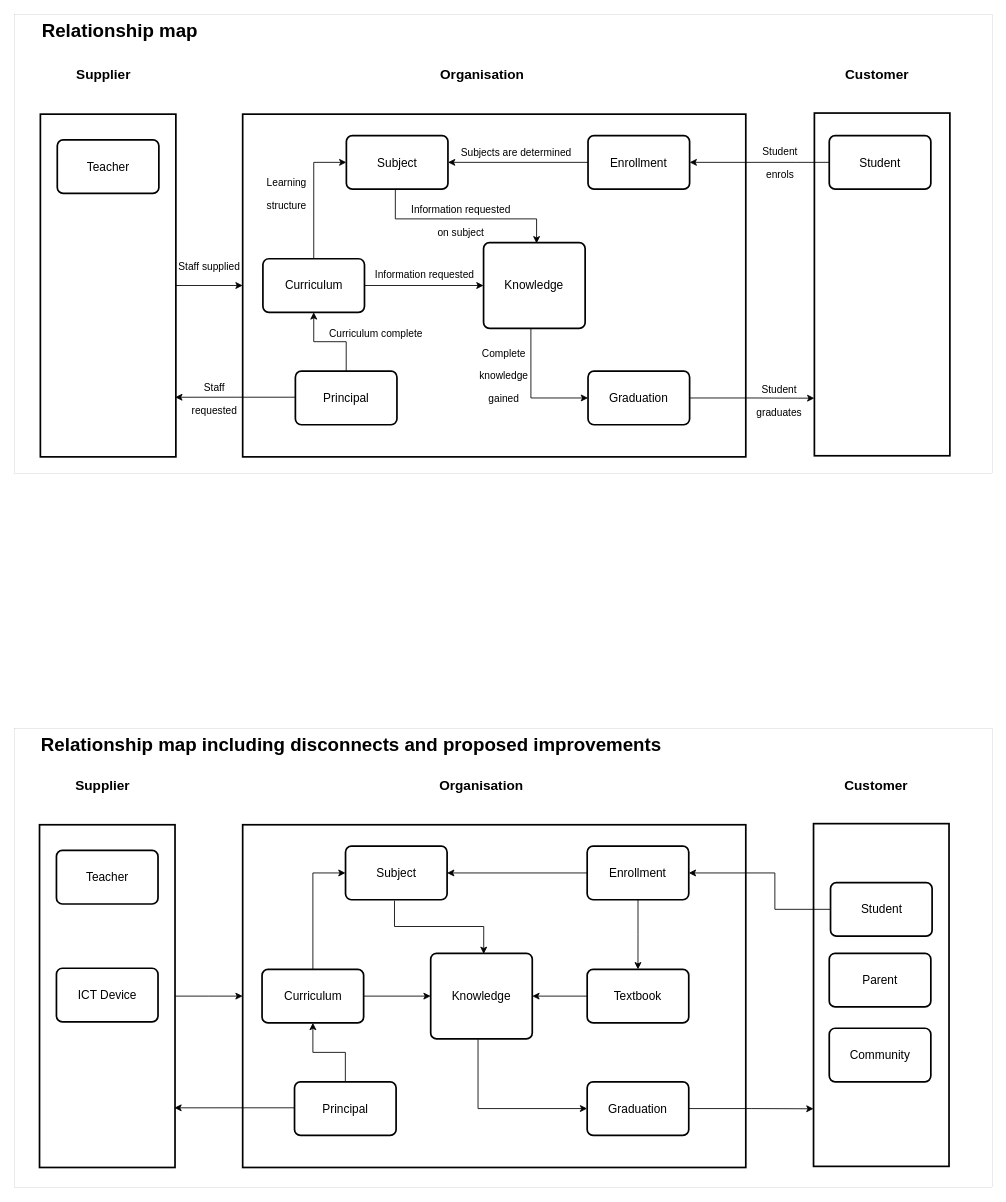
Earlier version of the draw.io diagram page "Relationship_Map" (1 of 4) of All_Maps_A1.drawio (SRMITGit/diagrams). Source tidied: cells renumbered, new cells numbered last; positions are measured from the earlier drawing's top-left corner, leaving out a move shared by most shapes. Both pictures are drawn from the tidied source at 85%, with x=0, y=0 at pixel (14, 14).
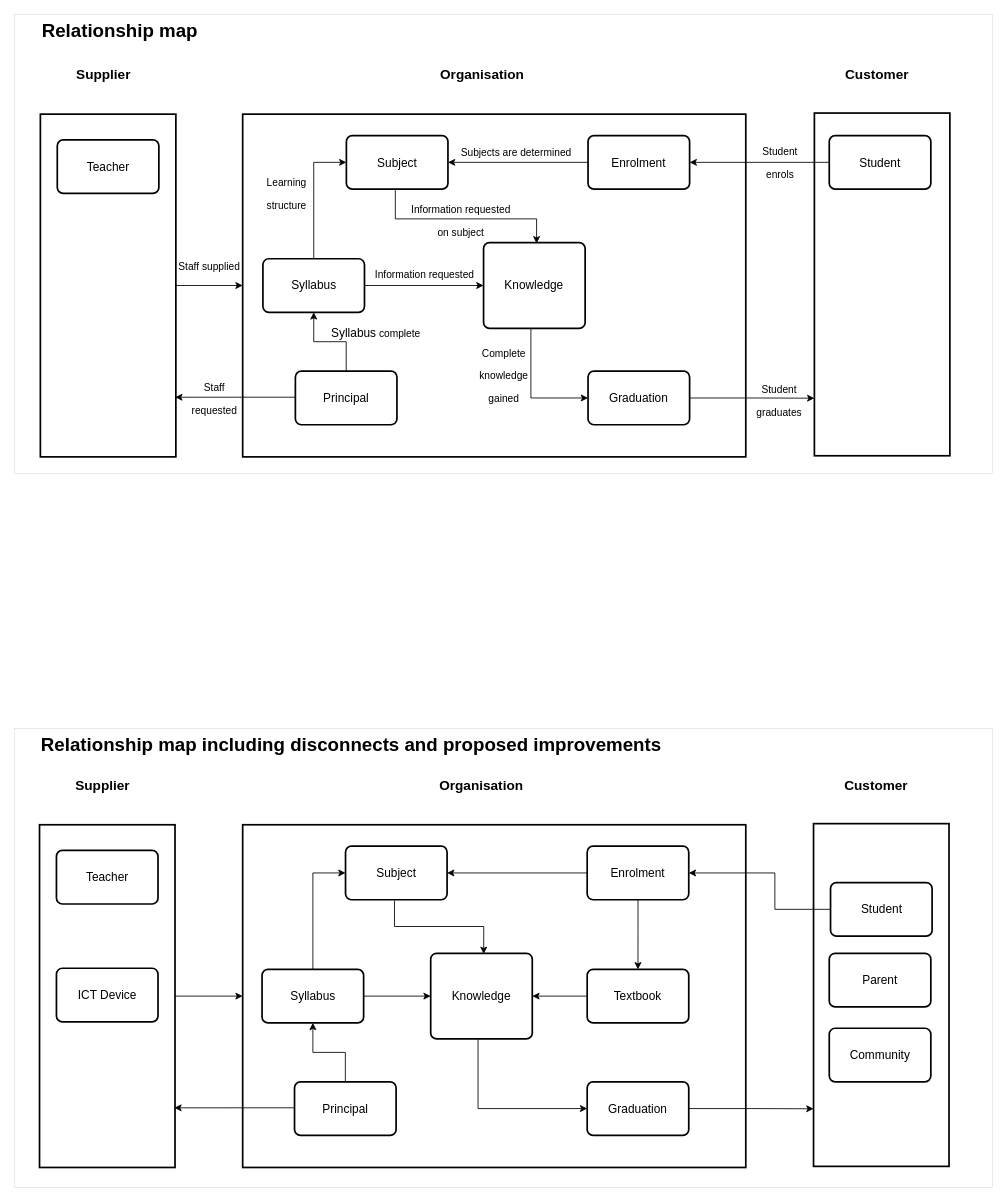
The same diagram, later.

Change to the diagram source:
```diff
@@
-    <mxCell id="13" value="&lt;font style=&quot;font-size: 14px&quot;&gt;Enrollment&lt;/font&gt;" style="rounded=1;whiteSpace=wrap;html=1;absoluteArcSize=1;arcSize=14;strokeWidth=2;" parent="1" vertex="1">
+    <mxCell id="13" value="&lt;font style=&quot;font-size: 14px&quot;&gt;Enrolment&lt;/font&gt;" style="rounded=1;whiteSpace=wrap;html=1;absoluteArcSize=1;arcSize=14;strokeWidth=2;" parent="1" vertex="1">
       <mxGeometry x="674.3" y="142" width="119.5" height="63" as="geometry" />
     </mxCell>
@@
-    <mxCell id="24" value="&lt;span style=&quot;background-color: rgb(255 , 255 , 255)&quot;&gt;&lt;font style=&quot;font-size: 14px&quot;&gt;Curriculum&lt;/font&gt;&lt;/span&gt;" style="rounded=1;whiteSpace=wrap;html=1;absoluteArcSize=1;arcSize=14;strokeWidth=2;" parent="1" vertex="1">
+    <mxCell id="24" value="&lt;span style=&quot;font-size: 14px ; background-color: rgb(255 , 255 , 255)&quot;&gt;Syllabus&lt;/span&gt;" style="rounded=1;whiteSpace=wrap;html=1;absoluteArcSize=1;arcSize=14;strokeWidth=2;" parent="1" vertex="1">
       <mxGeometry x="291.8" y="286.9" width="119.5" height="63" as="geometry" />
     </mxCell>
@@
-    <mxCell id="38" value="&lt;font style=&quot;font-size: 14px&quot;&gt;Enrollment&lt;/font&gt;" style="rounded=1;whiteSpace=wrap;html=1;absoluteArcSize=1;arcSize=14;strokeWidth=2;" parent="1" vertex="1">
+    <mxCell id="38" value="&lt;font style=&quot;font-size: 14px&quot;&gt;Enrolment&lt;/font&gt;" style="rounded=1;whiteSpace=wrap;html=1;absoluteArcSize=1;arcSize=14;strokeWidth=2;" parent="1" vertex="1">
       <mxGeometry x="673.3" y="978" width="119.5" height="63" as="geometry" />
     </mxCell>
@@
-    <mxCell id="52" value="&lt;span style=&quot;background-color: rgb(255 , 255 , 255)&quot;&gt;&lt;font style=&quot;font-size: 14px&quot;&gt;Curriculum&lt;/font&gt;&lt;/span&gt;" style="rounded=1;whiteSpace=wrap;html=1;absoluteArcSize=1;arcSize=14;strokeWidth=2;" parent="1" vertex="1">
+    <mxCell id="52" value="&lt;span style=&quot;background-color: rgb(255 , 255 , 255)&quot;&gt;&lt;font style=&quot;font-size: 14px&quot;&gt;Syllabus&lt;/font&gt;&lt;/span&gt;" style="rounded=1;whiteSpace=wrap;html=1;absoluteArcSize=1;arcSize=14;strokeWidth=2;" parent="1" vertex="1">
       <mxGeometry x="290.8" y="1122.9" width="119.5" height="63" as="geometry" />
     </mxCell>
@@
-    <mxCell id="66" value="&lt;font style=&quot;font-size: 12px&quot;&gt;Curriculum complete&lt;/font&gt;" style="text;html=1;strokeColor=none;fillColor=none;align=center;verticalAlign=middle;whiteSpace=wrap;rounded=0;dashed=1;fontFamily=Helvetica;fontSize=22;" parent="1" vertex="1">
+    <mxCell id="66" value="&lt;font style=&quot;font-size: 12px&quot;&gt;&lt;span style=&quot;font-size: 14px ; background-color: rgb(255 , 255 , 255)&quot;&gt;Syllabus&lt;/span&gt;&amp;nbsp;complete&lt;/font&gt;" style="text;html=1;strokeColor=none;fillColor=none;align=center;verticalAlign=middle;whiteSpace=wrap;rounded=0;dashed=1;fontFamily=Helvetica;fontSize=22;" parent="1" vertex="1">
       <mxGeometry x="350" y="360" width="150" height="23" as="geometry" />
     </mxCell>
```
